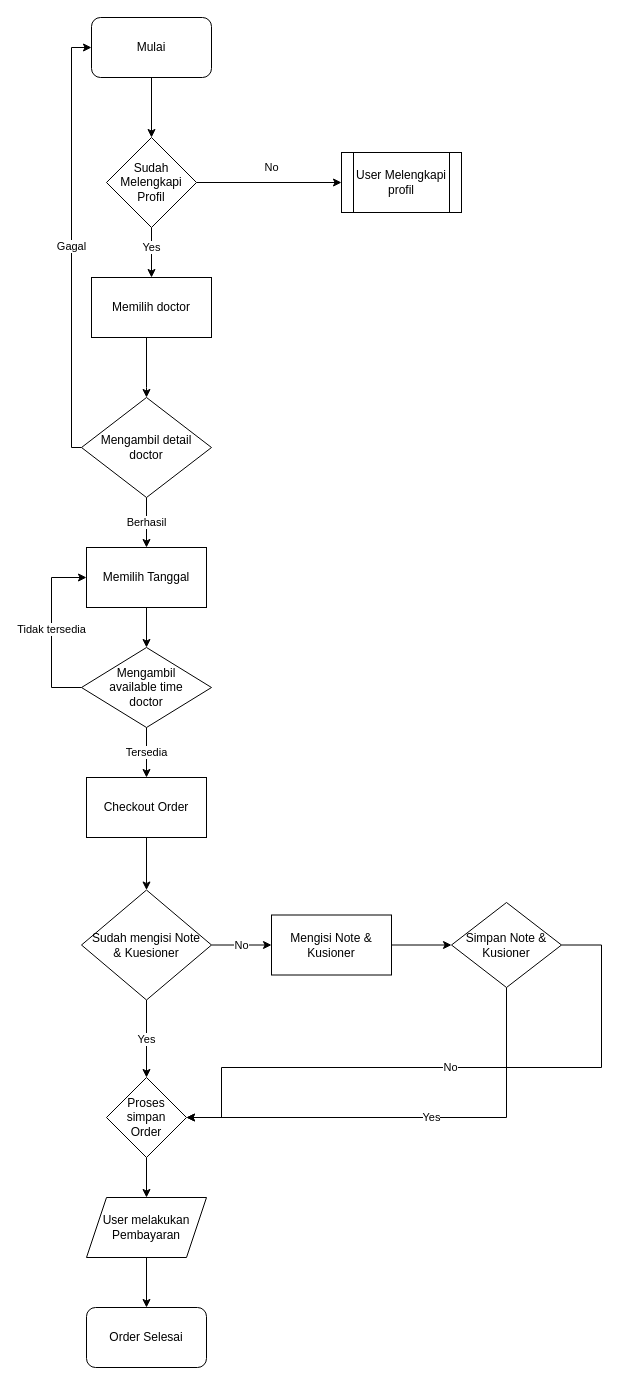
This is page "Order" (2 of 4) of Untitled Diagram.drawio from triandamai/cexup-docs, a draw.io file, before an edit. Source tidied: cells renumbered, new cells numbered last; positions are measured from the earlier drawing's top-left corner, leaving out a move shared by most shapes. Both pictures are drawn from the tidied source at 100%, with x=0, y=0 at pixel (51, 17).
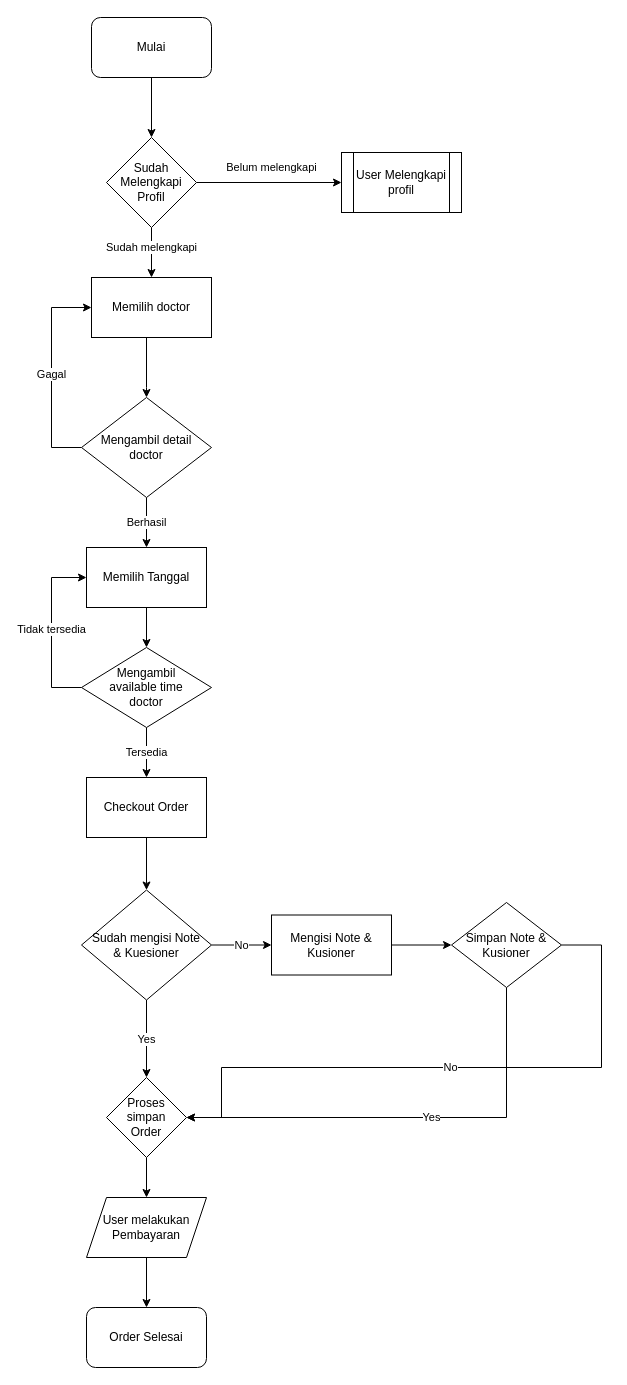
The same page after the edit.

Unchanged cells that the change refers to:
```xml
<mxCell id="3" value="Mulai" style="rounded=1;whiteSpace=wrap;html=1;fontColor=default;" parent="1" vertex="1">
  <mxGeometry x="40" width="120" height="60" as="geometry" />
</mxCell>
<mxCell id="6" value="Sudah Melengkapi Profil" style="rhombus;whiteSpace=wrap;html=1;rounded=0;fontColor=default;" parent="1" vertex="1">
  <mxGeometry x="55" y="120" width="90" height="90" as="geometry" />
</mxCell>
<mxCell id="7" value="User Melengkapi profil" style="shape=process;whiteSpace=wrap;html=1;backgroundOutline=1;rounded=0;fontColor=default;" parent="1" vertex="1">
  <mxGeometry x="290" y="135" width="120" height="60" as="geometry" />
</mxCell>
<mxCell id="9" value="Memilih doctor" style="rounded=0;whiteSpace=wrap;html=1;fontColor=default;" parent="1" vertex="1">
  <mxGeometry x="40" y="260" width="120" height="60" as="geometry" />
</mxCell>
<mxCell id="14" value="&lt;div&gt;Mengambil detail&lt;/div&gt;&lt;div&gt;doctor&lt;/div&gt;" style="rhombus;whiteSpace=wrap;html=1;rounded=0;fontColor=default;" parent="1" vertex="1">
  <mxGeometry x="30" y="380" width="130" height="100" as="geometry" />
</mxCell>
```

What changed in the source:
```diff
@@
-    <mxCell id="4" value="No" style="edgeStyle=orthogonalEdgeStyle;rounded=0;jettySize=auto;html=1;entryX=0;entryY=0.5;entryDx=0;entryDy=0;labelBackgroundColor=default;fontColor=default;" parent="1" edge="1" source="6" target="7">
+    <mxCell id="4" value="Belum melengkapi" style="edgeStyle=orthogonalEdgeStyle;rounded=0;jettySize=auto;html=1;entryX=0;entryY=0.5;entryDx=0;entryDy=0;labelBackgroundColor=default;fontColor=default;" parent="1" edge="1" source="6" target="7">
       <mxGeometry x="0.03" y="15" relative="1" as="geometry" />
     </mxCell>
-    <mxCell id="5" value="Yes" style="edgeStyle=orthogonalEdgeStyle;rounded=0;jettySize=auto;html=1;entryX=0.5;entryY=0;entryDx=0;entryDy=0;labelBackgroundColor=default;fontColor=default;" parent="1" edge="1" source="6" target="9">
+    <mxCell id="5" value="Sudah melengkapi" style="edgeStyle=orthogonalEdgeStyle;rounded=0;jettySize=auto;html=1;entryX=0.5;entryY=0;entryDx=0;entryDy=0;labelBackgroundColor=default;fontColor=default;" parent="1" edge="1" source="6" target="9">
       <mxGeometry x="-0.2" relative="1" as="geometry" />
     </mxCell>
@@
-    <mxCell id="12" value="Gagal" style="edgeStyle=orthogonalEdgeStyle;rounded=0;jettySize=auto;html=1;entryX=0;entryY=0.5;entryDx=0;entryDy=0;labelBackgroundColor=default;fontColor=default;exitX=0;exitY=0.5;exitDx=0;exitDy=0;" parent="1" edge="1" source="14" target="3">
+    <mxCell id="12" value="Gagal" style="edgeStyle=orthogonalEdgeStyle;rounded=0;jettySize=auto;html=1;entryX=0;entryY=0.5;entryDx=0;entryDy=0;labelBackgroundColor=default;fontColor=default;exitX=0;exitY=0.5;exitDx=0;exitDy=0;" parent="1" edge="1" source="14" target="9">
       <mxGeometry x="-0.02" relative="1" as="geometry">
         <Array as="points">
-          <mxPoint x="20" y="430" />
-          <mxPoint x="20" y="30" />
+          <mxPoint y="430" />
+          <mxPoint y="290" />
         </Array>
       </mxGeometry>
     </mxCell>
```
